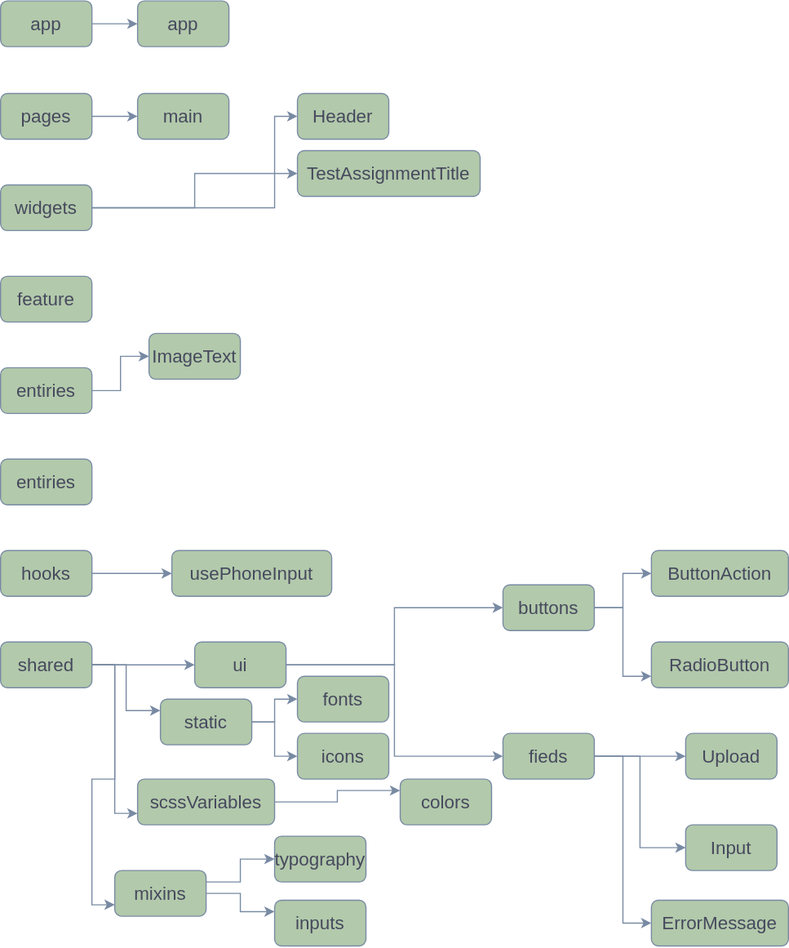
Before: ProjectStructure.drawio.svg, a diagram exported from draw.io (Shalind0r/React-Project). Source tidied: cells renumbered, new cells last; positions are measured from the earlier drawing's top-left corner, leaving out a move shared by most shapes.
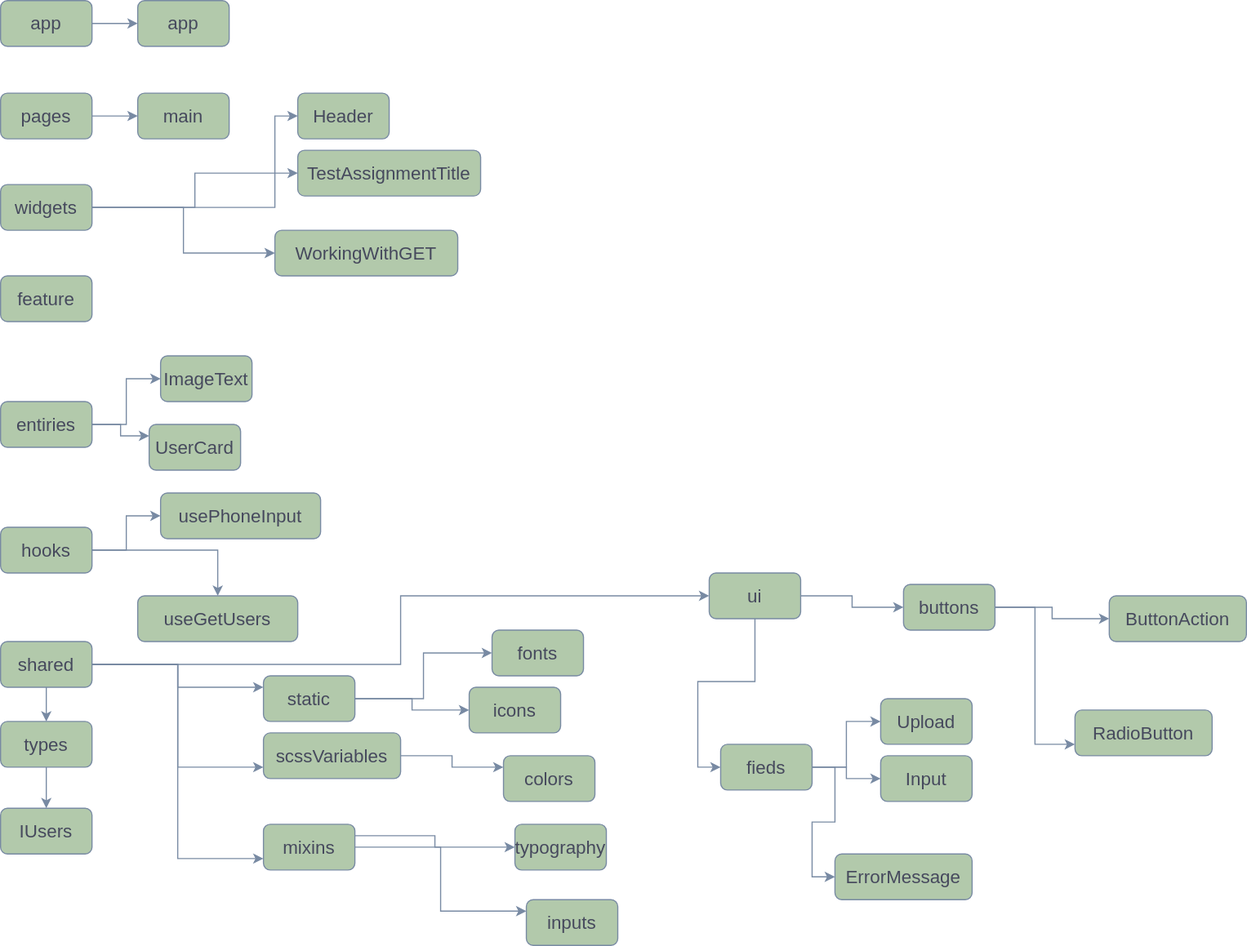
Later version of the same file.

What changed in the source:
```diff
@@ -14,7 +14,7 @@
     <mxCell id="5" value="&lt;font style=&quot;font-size: 16px;&quot;&gt;pages&lt;/font&gt;" style="html=1;whiteSpace=wrap;rounded=1;fontFamily=Helvetica;fontSize=16;labelBackgroundColor=none;fillColor=#B2C9AB;strokeColor=#788AA3;fontColor=#46495D;" parent="1" vertex="1">
       <mxGeometry y="81" width="80" height="40" as="geometry" />
     </mxCell>
-    <mxCell id="6" style="edgeStyle=orthogonalEdgeStyle;rounded=0;jettySize=auto;html=1;strokeColor=#788AA3;fontColor=#46495D;fillColor=#B2C9AB;" parent="1" edge="1" source="8" target="51">
+    <mxCell id="6" style="edgeStyle=orthogonalEdgeStyle;rounded=0;jettySize=auto;html=1;strokeColor=#788AA3;fontColor=default;fillColor=#B2C9AB;labelBackgroundColor=none;" parent="1" edge="1" source="8" target="51">
       <mxGeometry relative="1" as="geometry">
         <Array as="points">
           <mxPoint x="240" y="181" />
@@ -22,17 +22,23 @@
         </Array>
       </mxGeometry>
     </mxCell>
-    <mxCell id="7" style="edgeStyle=orthogonalEdgeStyle;rounded=0;jettySize=auto;html=1;entryX=0;entryY=0.5;entryDx=0;entryDy=0;strokeColor=#788AA3;fontColor=#46495D;fillColor=#B2C9AB;" parent="1" edge="1" source="8" target="52">
+    <mxCell id="7" style="edgeStyle=orthogonalEdgeStyle;rounded=0;jettySize=auto;html=1;entryX=0;entryY=0.5;entryDx=0;entryDy=0;strokeColor=#788AA3;fontColor=default;fillColor=#B2C9AB;labelBackgroundColor=none;" parent="1" edge="1" source="8" target="52">
       <mxGeometry relative="1" as="geometry" />
     </mxCell>
+    <mxCell id="54" style="edgeStyle=orthogonalEdgeStyle;rounded=0;jettySize=auto;html=1;entryX=0;entryY=0.5;entryDx=0;entryDy=0;labelBackgroundColor=none;strokeColor=#788AA3;fontColor=default;" parent="1" edge="1" source="8" target="64">
+      <mxGeometry relative="1" as="geometry" />
+    </mxCell>
     <mxCell id="8" value="&lt;span style=&quot;font-size: 16px;&quot;&gt;widgets&lt;/span&gt;" style="html=1;whiteSpace=wrap;rounded=1;fontFamily=Helvetica;fontSize=16;labelBackgroundColor=none;fillColor=#B2C9AB;strokeColor=#788AA3;fontColor=#46495D;" parent="1" vertex="1">
       <mxGeometry y="161" width="80" height="40" as="geometry" />
     </mxCell>
-    <mxCell id="9" style="edgeStyle=orthogonalEdgeStyle;rounded=0;jettySize=auto;html=1;entryX=0;entryY=0.5;entryDx=0;entryDy=0;strokeColor=#788AA3;fontColor=#46495D;fillColor=#B2C9AB;" parent="1" edge="1" source="10" target="53">
+    <mxCell id="9" style="edgeStyle=orthogonalEdgeStyle;rounded=0;jettySize=auto;html=1;entryX=0;entryY=0.5;entryDx=0;entryDy=0;strokeColor=#788AA3;fontColor=default;fillColor=#B2C9AB;labelBackgroundColor=none;" parent="1" edge="1" source="10" target="53">
       <mxGeometry relative="1" as="geometry" />
     </mxCell>
+    <mxCell id="55" style="edgeStyle=orthogonalEdgeStyle;rounded=0;jettySize=auto;html=1;entryX=0;entryY=0.25;entryDx=0;entryDy=0;strokeColor=#788AA3;fontColor=default;fillColor=#B2C9AB;labelBackgroundColor=none;" parent="1" edge="1" source="10" target="62">
+      <mxGeometry relative="1" as="geometry" />
+    </mxCell>
     <mxCell id="10" value="&lt;font style=&quot;font-size: 16px;&quot;&gt;entiries&lt;/font&gt;" style="html=1;whiteSpace=wrap;rounded=1;fontFamily=Helvetica;fontSize=16;labelBackgroundColor=none;fillColor=#B2C9AB;strokeColor=#788AA3;fontColor=#46495D;" parent="1" vertex="1">
-      <mxGeometry y="321" width="80" height="40" as="geometry" />
+      <mxGeometry y="351" width="80" height="40" as="geometry" />
     </mxCell>
     <mxCell id="11" value="&lt;span style=&quot;font-size: 16px;&quot;&gt;feature&lt;/span&gt;" style="html=1;whiteSpace=wrap;rounded=1;fontFamily=Helvetica;fontSize=16;labelBackgroundColor=none;fillColor=#B2C9AB;strokeColor=#788AA3;fontColor=#46495D;" parent="1" vertex="1">
       <mxGeometry y="241" width="80" height="40" as="geometry" />
@@ -49,6 +55,9 @@
     <mxCell id="15" style="edgeStyle=orthogonalEdgeStyle;rounded=0;jettySize=auto;html=1;entryX=0;entryY=0.25;entryDx=0;entryDy=0;strokeColor=#788AA3;fontColor=default;fillColor=#B2C9AB;labelBackgroundColor=none;" parent="1" edge="1" source="16" target="19">
       <mxGeometry relative="1" as="geometry" />
     </mxCell>
+    <mxCell id="56" style="edgeStyle=orthogonalEdgeStyle;rounded=0;jettySize=auto;html=1;strokeColor=#788AA3;fontColor=default;fillColor=#B2C9AB;labelBackgroundColor=none;" parent="1" edge="1" source="16" target="59">
+      <mxGeometry relative="1" as="geometry" />
+    </mxCell>
     <mxCell id="16" value="&lt;font style=&quot;font-size: 16px;&quot;&gt;shared&lt;/font&gt;" style="html=1;whiteSpace=wrap;rounded=1;fontFamily=Helvetica;fontSize=16;labelBackgroundColor=none;fillColor=#B2C9AB;strokeColor=#788AA3;fontColor=#46495D;" parent="1" vertex="1">
       <mxGeometry y="561" width="80" height="40" as="geometry" />
     </mxCell>
@@ -59,10 +68,10 @@
       <mxGeometry relative="1" as="geometry" />
     </mxCell>
     <mxCell id="19" value="static" style="html=1;whiteSpace=wrap;rounded=1;fontFamily=Helvetica;fontSize=16;labelBackgroundColor=none;fillColor=#B2C9AB;strokeColor=#788AA3;fontColor=#46495D;" parent="1" vertex="1">
-      <mxGeometry x="140" y="611" width="80" height="40" as="geometry" />
+      <mxGeometry x="230" y="591" width="80" height="40" as="geometry" />
     </mxCell>
     <mxCell id="20" value="fonts" style="html=1;whiteSpace=wrap;rounded=1;fontFamily=Helvetica;fontSize=16;labelBackgroundColor=none;fillColor=#B2C9AB;strokeColor=#788AA3;fontColor=#46495D;" parent="1" vertex="1">
-      <mxGeometry x="260" y="591" width="80" height="40" as="geometry" />
+      <mxGeometry x="430" y="551" width="80" height="40" as="geometry" />
     </mxCell>
     <mxCell id="21" value="&lt;font style=&quot;font-size: 16px;&quot;&gt;app&lt;/font&gt;" style="html=1;whiteSpace=wrap;rounded=1;fontFamily=Helvetica;fontSize=16;labelBackgroundColor=none;fillColor=#B2C9AB;strokeColor=#788AA3;fontColor=#46495D;" parent="1" vertex="1">
       <mxGeometry x="120" width="80" height="40" as="geometry" />
@@ -71,10 +80,10 @@
       <mxGeometry relative="1" as="geometry" />
     </mxCell>
     <mxCell id="23" value="scssVariables" style="html=1;whiteSpace=wrap;rounded=1;fontFamily=Helvetica;fontSize=16;labelBackgroundColor=none;fillColor=#B2C9AB;strokeColor=#788AA3;fontColor=#46495D;" parent="1" vertex="1">
-      <mxGeometry x="120" y="681" width="120" height="40" as="geometry" />
+      <mxGeometry x="230" y="641" width="120" height="40" as="geometry" />
     </mxCell>
     <mxCell id="24" value="colors" style="html=1;whiteSpace=wrap;rounded=1;fontFamily=Helvetica;fontSize=16;labelBackgroundColor=none;fillColor=#B2C9AB;strokeColor=#788AA3;fontColor=#46495D;" parent="1" vertex="1">
-      <mxGeometry x="350" y="681" width="80" height="40" as="geometry" />
+      <mxGeometry x="440" y="661" width="80" height="40" as="geometry" />
     </mxCell>
     <mxCell id="25" style="edgeStyle=orthogonalEdgeStyle;rounded=0;jettySize=auto;html=1;exitX=1;exitY=0.25;exitDx=0;exitDy=0;entryX=0;entryY=0.5;entryDx=0;entryDy=0;strokeColor=#788AA3;fontColor=default;fillColor=#B2C9AB;labelBackgroundColor=none;" parent="1" edge="1" source="27" target="28">
       <mxGeometry relative="1" as="geometry" />
@@ -83,10 +92,10 @@
       <mxGeometry relative="1" as="geometry" />
     </mxCell>
     <mxCell id="27" value="mixins" style="html=1;whiteSpace=wrap;rounded=1;fontFamily=Helvetica;fontSize=16;labelBackgroundColor=none;fillColor=#B2C9AB;strokeColor=#788AA3;fontColor=#46495D;" parent="1" vertex="1">
-      <mxGeometry x="100" y="761" width="80" height="40" as="geometry" />
+      <mxGeometry x="230" y="721" width="80" height="40" as="geometry" />
     </mxCell>
     <mxCell id="28" value="typography" style="html=1;whiteSpace=wrap;rounded=1;fontFamily=Helvetica;fontSize=16;labelBackgroundColor=none;fillColor=#B2C9AB;strokeColor=#788AA3;fontColor=#46495D;" parent="1" vertex="1">
-      <mxGeometry x="240" y="731" width="80" height="40" as="geometry" />
+      <mxGeometry x="450" y="721" width="80" height="40" as="geometry" />
     </mxCell>
     <mxCell id="29" value="&lt;font style=&quot;font-size: 16px;&quot;&gt;main&lt;/font&gt;" style="html=1;whiteSpace=wrap;rounded=1;fontFamily=Helvetica;fontSize=16;labelBackgroundColor=none;fillColor=#B2C9AB;strokeColor=#788AA3;fontColor=#46495D;" parent="1" vertex="1">
       <mxGeometry x="120" y="81" width="80" height="40" as="geometry" />
@@ -98,7 +107,7 @@
       <mxGeometry relative="1" as="geometry" />
     </mxCell>
     <mxCell id="32" value="ui" style="html=1;whiteSpace=wrap;rounded=1;fontFamily=Helvetica;fontSize=16;labelBackgroundColor=none;fillColor=#B2C9AB;strokeColor=#788AA3;fontColor=#46495D;" parent="1" vertex="1">
-      <mxGeometry x="170" y="561" width="80" height="40" as="geometry" />
+      <mxGeometry x="620" y="501" width="80" height="40" as="geometry" />
     </mxCell>
     <mxCell id="33" style="edgeStyle=orthogonalEdgeStyle;rounded=0;jettySize=auto;html=1;entryX=0;entryY=0.5;entryDx=0;entryDy=0;strokeColor=#788AA3;fontColor=default;fillColor=#B2C9AB;labelBackgroundColor=none;" parent="1" edge="1" source="35" target="40">
       <mxGeometry relative="1" as="geometry" />
@@ -107,7 +116,7 @@
       <mxGeometry relative="1" as="geometry" />
     </mxCell>
     <mxCell id="35" value="buttons" style="html=1;whiteSpace=wrap;rounded=1;fontFamily=Helvetica;fontSize=16;labelBackgroundColor=none;fillColor=#B2C9AB;strokeColor=#788AA3;fontColor=#46495D;" parent="1" vertex="1">
-      <mxGeometry x="440" y="511" width="80" height="40" as="geometry" />
+      <mxGeometry x="790" y="511" width="80" height="40" as="geometry" />
     </mxCell>
     <mxCell id="36" style="edgeStyle=orthogonalEdgeStyle;rounded=0;jettySize=auto;html=1;entryX=0;entryY=0.5;entryDx=0;entryDy=0;strokeColor=#788AA3;fontColor=default;fillColor=#B2C9AB;labelBackgroundColor=none;" parent="1" edge="1" source="39" target="41">
       <mxGeometry relative="1" as="geometry" />
@@ -119,40 +128,40 @@
       <mxGeometry relative="1" as="geometry" />
     </mxCell>
     <mxCell id="39" value="fieds" style="html=1;whiteSpace=wrap;rounded=1;fontFamily=Helvetica;fontSize=16;labelBackgroundColor=none;fillColor=#B2C9AB;strokeColor=#788AA3;fontColor=#46495D;" parent="1" vertex="1">
-      <mxGeometry x="440" y="641" width="80" height="40" as="geometry" />
+      <mxGeometry x="630" y="651" width="80" height="40" as="geometry" />
     </mxCell>
     <mxCell id="40" value="ButtonAction" style="html=1;whiteSpace=wrap;rounded=1;fontFamily=Helvetica;fontSize=16;labelBackgroundColor=none;fillColor=#B2C9AB;strokeColor=#788AA3;fontColor=#46495D;" parent="1" vertex="1">
-      <mxGeometry x="570" y="481" width="120" height="40" as="geometry" />
+      <mxGeometry x="970" y="521" width="120" height="40" as="geometry" />
     </mxCell>
     <mxCell id="41" value="Upload" style="html=1;whiteSpace=wrap;rounded=1;fontFamily=Helvetica;fontSize=16;labelBackgroundColor=none;fillColor=#B2C9AB;strokeColor=#788AA3;fontColor=#46495D;" parent="1" vertex="1">
-      <mxGeometry x="600" y="641" width="80" height="40" as="geometry" />
+      <mxGeometry x="770" y="611" width="80" height="40" as="geometry" />
     </mxCell>
     <mxCell id="42" value="ErrorMessage" style="html=1;whiteSpace=wrap;rounded=1;fontFamily=Helvetica;fontSize=16;labelBackgroundColor=none;fillColor=#B2C9AB;strokeColor=#788AA3;fontColor=#46495D;" parent="1" vertex="1">
-      <mxGeometry x="570" y="787" width="120" height="40" as="geometry" />
+      <mxGeometry x="730" y="747" width="120" height="40" as="geometry" />
     </mxCell>
     <mxCell id="43" value="inputs" style="html=1;whiteSpace=wrap;rounded=1;fontFamily=Helvetica;fontSize=16;labelBackgroundColor=none;fillColor=#B2C9AB;strokeColor=#788AA3;fontColor=#46495D;" parent="1" vertex="1">
-      <mxGeometry x="240" y="787" width="80" height="40" as="geometry" />
+      <mxGeometry x="460" y="787" width="80" height="40" as="geometry" />
     </mxCell>
-    <mxCell id="44" value="&lt;font style=&quot;font-size: 16px;&quot;&gt;entiries&lt;/font&gt;" style="html=1;whiteSpace=wrap;rounded=1;fontFamily=Helvetica;fontSize=16;labelBackgroundColor=none;fillColor=#B2C9AB;strokeColor=#788AA3;fontColor=#46495D;" parent="1" vertex="1">
-      <mxGeometry y="401" width="80" height="40" as="geometry" />
-    </mxCell>
     <mxCell id="45" style="edgeStyle=orthogonalEdgeStyle;rounded=0;jettySize=auto;html=1;entryX=0;entryY=0.5;entryDx=0;entryDy=0;strokeColor=#788AA3;fontColor=default;fillColor=#B2C9AB;labelBackgroundColor=none;" parent="1" edge="1" source="46" target="47">
       <mxGeometry relative="1" as="geometry" />
     </mxCell>
+    <mxCell id="57" style="edgeStyle=orthogonalEdgeStyle;rounded=0;jettySize=auto;html=1;strokeColor=#788AA3;fontColor=default;fillColor=#B2C9AB;labelBackgroundColor=none;" parent="1" edge="1" source="46" target="61">
+      <mxGeometry relative="1" as="geometry" />
+    </mxCell>
     <mxCell id="46" value="&lt;font style=&quot;font-size: 16px;&quot;&gt;hooks&lt;/font&gt;" style="html=1;whiteSpace=wrap;rounded=1;fontFamily=Helvetica;fontSize=16;labelBackgroundColor=none;fillColor=#B2C9AB;strokeColor=#788AA3;fontColor=#46495D;" parent="1" vertex="1">
-      <mxGeometry y="481" width="80" height="40" as="geometry" />
+      <mxGeometry y="461" width="80" height="40" as="geometry" />
     </mxCell>
     <mxCell id="47" value="&lt;font style=&quot;font-size: 16px;&quot;&gt;usePhoneInput&lt;/font&gt;" style="html=1;whiteSpace=wrap;rounded=1;fontFamily=Helvetica;fontSize=16;labelBackgroundColor=none;fillColor=#B2C9AB;strokeColor=#788AA3;fontColor=#46495D;" parent="1" vertex="1">
-      <mxGeometry x="150" y="481" width="140" height="40" as="geometry" />
+      <mxGeometry x="140" y="431" width="140" height="40" as="geometry" />
     </mxCell>
     <mxCell id="48" value="Input&lt;br&gt;" style="html=1;whiteSpace=wrap;rounded=1;fontFamily=Helvetica;fontSize=16;labelBackgroundColor=none;fillColor=#B2C9AB;strokeColor=#788AA3;fontColor=#46495D;" parent="1" vertex="1">
-      <mxGeometry x="600" y="721" width="80" height="40" as="geometry" />
+      <mxGeometry x="770" y="661" width="80" height="40" as="geometry" />
     </mxCell>
     <mxCell id="49" value="RadioButton" style="html=1;whiteSpace=wrap;rounded=1;fontFamily=Helvetica;fontSize=16;labelBackgroundColor=none;fillColor=#B2C9AB;strokeColor=#788AA3;fontColor=#46495D;" parent="1" vertex="1">
-      <mxGeometry x="570" y="561" width="120" height="40" as="geometry" />
+      <mxGeometry x="940" y="621" width="120" height="40" as="geometry" />
     </mxCell>
     <mxCell id="50" value="icons" style="html=1;whiteSpace=wrap;rounded=1;fontFamily=Helvetica;fontSize=16;labelBackgroundColor=none;fillColor=#B2C9AB;strokeColor=#788AA3;fontColor=#46495D;" parent="1" vertex="1">
-      <mxGeometry x="260" y="641" width="80" height="40" as="geometry" />
+      <mxGeometry x="410" y="601" width="80" height="40" as="geometry" />
     </mxCell>
     <mxCell id="51" value="&lt;span style=&quot;font-size: 16px;&quot;&gt;Header&lt;/span&gt;" style="html=1;whiteSpace=wrap;rounded=1;fontFamily=Helvetica;fontSize=16;labelBackgroundColor=none;fillColor=#B2C9AB;strokeColor=#788AA3;fontColor=#46495D;" parent="1" vertex="1">
       <mxGeometry x="260" y="81" width="80" height="40" as="geometry" />
@@ -161,7 +170,28 @@
       <mxGeometry x="260" y="131" width="160" height="40" as="geometry" />
     </mxCell>
     <mxCell id="53" value="&lt;font style=&quot;font-size: 16px;&quot;&gt;ImageText&lt;/font&gt;" style="html=1;whiteSpace=wrap;rounded=1;fontFamily=Helvetica;fontSize=16;labelBackgroundColor=none;fillColor=#B2C9AB;strokeColor=#788AA3;fontColor=#46495D;" parent="1" vertex="1">
-      <mxGeometry x="130" y="291" width="80" height="40" as="geometry" />
+      <mxGeometry x="140" y="311" width="80" height="40" as="geometry" />
     </mxCell>
+    <mxCell id="58" style="edgeStyle=orthogonalEdgeStyle;rounded=0;jettySize=auto;html=1;strokeColor=#788AA3;fontColor=default;fillColor=#B2C9AB;labelBackgroundColor=none;" parent="1" edge="1" source="59" target="60">
+      <mxGeometry relative="1" as="geometry" />
+    </mxCell>
+    <mxCell id="59" value="&lt;font style=&quot;font-size: 16px;&quot;&gt;types&lt;/font&gt;" style="html=1;whiteSpace=wrap;rounded=1;fontFamily=Helvetica;fontSize=16;labelBackgroundColor=none;fillColor=#B2C9AB;strokeColor=#788AA3;fontColor=#46495D;" parent="1" vertex="1">
+      <mxGeometry y="631" width="80" height="40" as="geometry" />
+    </mxCell>
+    <mxCell id="60" value="&lt;font style=&quot;font-size: 16px;&quot;&gt;IUsers&lt;/font&gt;" style="html=1;whiteSpace=wrap;rounded=1;fontFamily=Helvetica;fontSize=16;labelBackgroundColor=none;fillColor=#B2C9AB;strokeColor=#788AA3;fontColor=#46495D;" parent="1" vertex="1">
+      <mxGeometry y="707" width="80" height="40" as="geometry" />
+    </mxCell>
+    <mxCell id="61" value="&lt;font style=&quot;font-size: 16px;&quot;&gt;useGetUsers&lt;/font&gt;" style="html=1;whiteSpace=wrap;rounded=1;fontFamily=Helvetica;fontSize=16;labelBackgroundColor=none;fillColor=#B2C9AB;strokeColor=#788AA3;fontColor=#46495D;" parent="1" vertex="1">
+      <mxGeometry x="120" y="521" width="140" height="40" as="geometry" />
+    </mxCell>
+    <mxCell id="62" value="UserCard" style="html=1;whiteSpace=wrap;rounded=1;fontFamily=Helvetica;fontSize=16;labelBackgroundColor=none;fillColor=#B2C9AB;strokeColor=#788AA3;fontColor=#46495D;" parent="1" vertex="1">
+      <mxGeometry x="130" y="371" width="80" height="40" as="geometry" />
+    </mxCell>
+    <mxCell id="63" style="edgeStyle=orthogonalEdgeStyle;rounded=0;orthogonalLoop=1;jettySize=auto;html=1;exitX=0.5;exitY=1;exitDx=0;exitDy=0;strokeColor=#788AA3;fontColor=default;fillColor=#B2C9AB;labelBackgroundColor=none;" parent="1" edge="1" source="61" target="61">
+      <mxGeometry relative="1" as="geometry" />
+    </mxCell>
+    <mxCell id="64" value="WorkingWithGET" style="html=1;whiteSpace=wrap;rounded=1;fontFamily=Helvetica;fontSize=16;labelBackgroundColor=none;fillColor=#B2C9AB;strokeColor=#788AA3;fontColor=#46495D;" parent="1" vertex="1">
+      <mxGeometry x="240" y="201" width="160" height="40" as="geometry" />
+    </mxCell>
   </root>
 </mxGraphModel>
```
